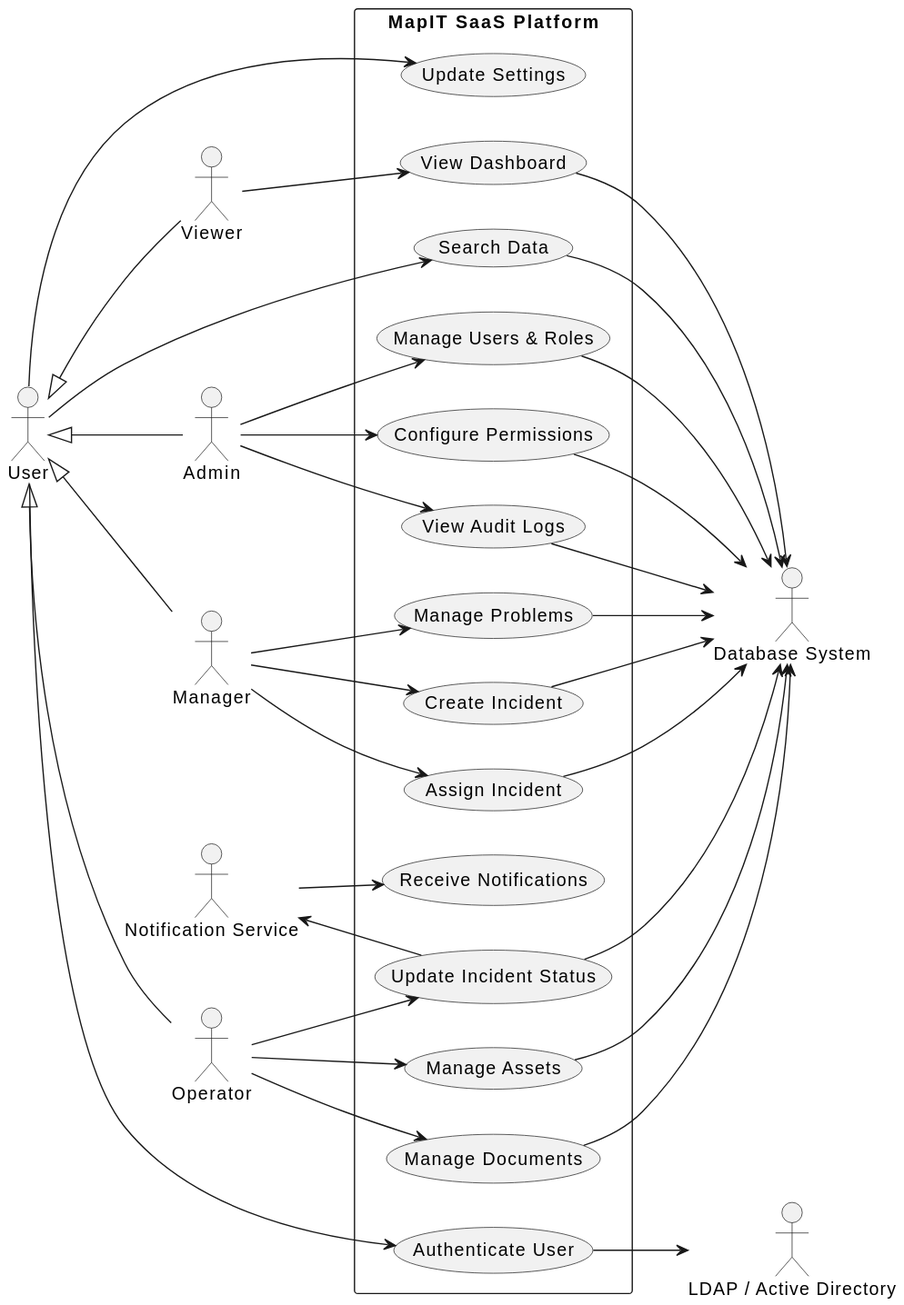
Tarek-FERSOUS/MapIT keeps this PlantUML diagram as latex-report/figures/diagrams/use_case_diagram.svg. Above is the earlier version. The source it was exported from:
```plantuml
@startuml
left to right direction

actor User
actor Admin
actor Manager
actor Operator
actor Viewer

User <|-- Admin
User <|-- Manager
User <|-- Operator
User <|-- Viewer

actor "LDAP / Active Directory" as LDAP
actor "Database System" as DB
actor "Notification Service" as NOTIF

rectangle "MapIT SaaS Platform" {

  (Authenticate User) as UC1
  User --> UC1
  UC1 --> LDAP

  (Manage Users & Roles) as UC2
  (Configure Permissions) as UC3
  (View Audit Logs) as UC4

  Admin --> UC2
  Admin --> UC3
  Admin --> UC4
  UC2 --> DB
  UC3 --> DB
  UC4 --> DB

  (Create Incident) as UC5
  (Assign Incident) as UC6
  (Update Incident Status) as UC7

  Manager --> UC5
  Manager --> UC6
  Operator --> UC7

  UC5 --> DB
  UC6 --> DB
  UC7 --> DB

  UC7 --> NOTIF

  (Manage Assets) as UC8
  (Manage Problems) as UC9
  (Manage Documents) as UC10

  Operator --> UC8
  Manager --> UC9
  Operator --> UC10

  UC8 --> DB
  UC9 --> DB
  UC10 --> DB

  (Search Data) as UC11
  (View Dashboard) as UC12

  User --> UC11
  Viewer --> UC12

  UC11 --> DB
  UC12 --> DB

  (Update Settings) as UC13
  (Receive Notifications) as UC14

  User --> UC13
  NOTIF --> UC14

}
@enduml
```
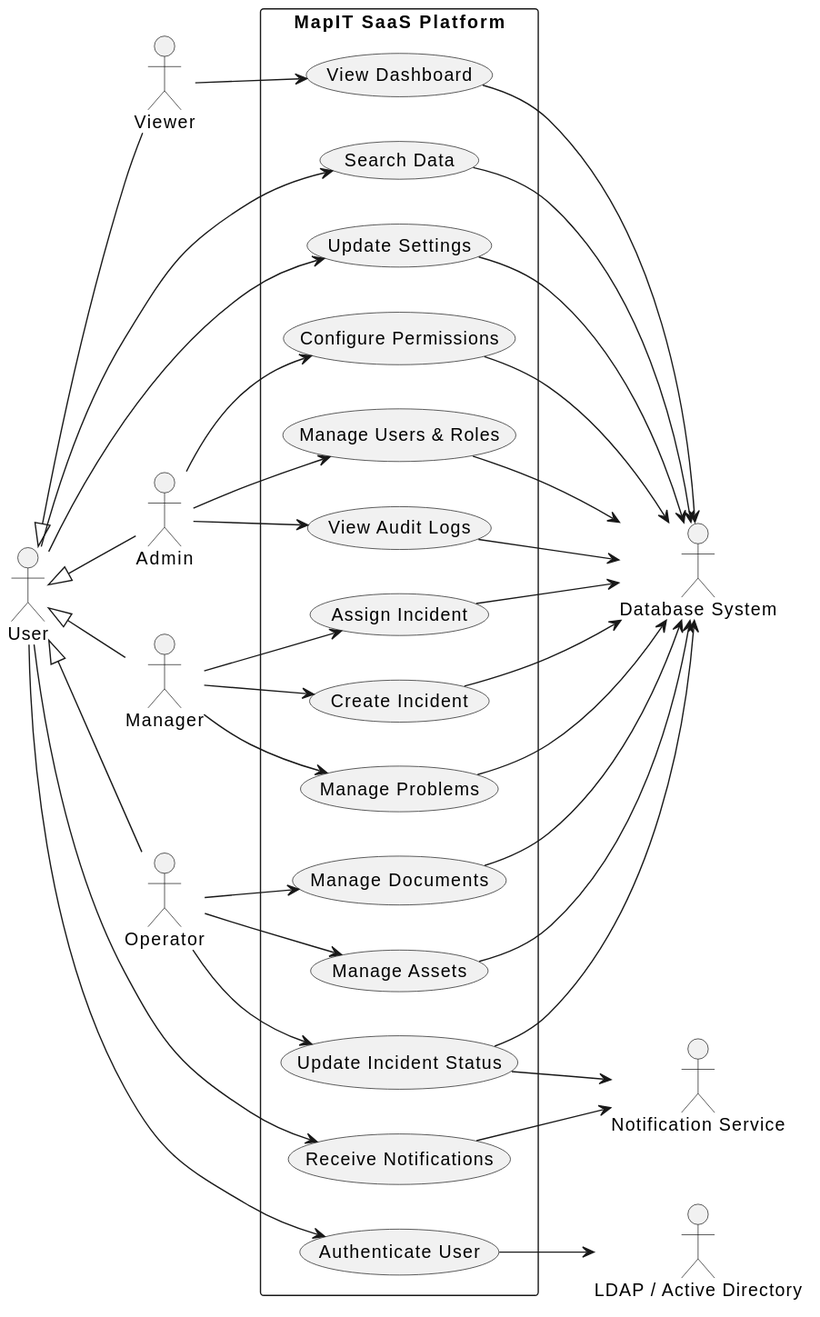
The same file after the commit.

The edit, as a diff of the source:
```diff
@@ -13,14 +13,13 @@
 User <|-- Viewer
 
 actor "LDAP / Active Directory" as LDAP
+actor "Notification Service" as NOTIF
 actor "Database System" as DB
-actor "Notification Service" as NOTIF
 
 rectangle "MapIT SaaS Platform" {
 
   (Authenticate User) as UC1
   User --> UC1
-  UC1 --> LDAP
 
   (Manage Users & Roles) as UC2
   (Configure Permissions) as UC3
@@ -29,9 +28,6 @@
   Admin --> UC2
   Admin --> UC3
   Admin --> UC4
-  UC2 --> DB
-  UC3 --> DB
-  UC4 --> DB
 
   (Create Incident) as UC5
   (Assign Incident) as UC6
@@ -41,12 +37,6 @@
   Manager --> UC6
   Operator --> UC7
 
-  UC5 --> DB
-  UC6 --> DB
-  UC7 --> DB
-
-  UC7 --> NOTIF
-
   (Manage Assets) as UC8
   (Manage Problems) as UC9
   (Manage Documents) as UC10
@@ -55,24 +45,34 @@
   Manager --> UC9
   Operator --> UC10
 
-  UC8 --> DB
-  UC9 --> DB
-  UC10 --> DB
-
   (Search Data) as UC11
   (View Dashboard) as UC12
 
   User --> UC11
   Viewer --> UC12
 
-  UC11 --> DB
-  UC12 --> DB
-
   (Update Settings) as UC13
   (Receive Notifications) as UC14
 
   User --> UC13
-  NOTIF --> UC14
+  User --> UC14
 
+  UC1 --> LDAP
+
+  UC2 --> DB
+  UC3 --> DB
+  UC4 --> DB
+  UC5 --> DB
+  UC6 --> DB
+  UC7 --> DB
+  UC8 --> DB
+  UC9 --> DB
+  UC10 --> DB
+  UC11 --> DB
+  UC12 --> DB
+  UC13 --> DB
+
+  UC7 --> NOTIF
+  UC14 --> NOTIF
 }
 @enduml
```
